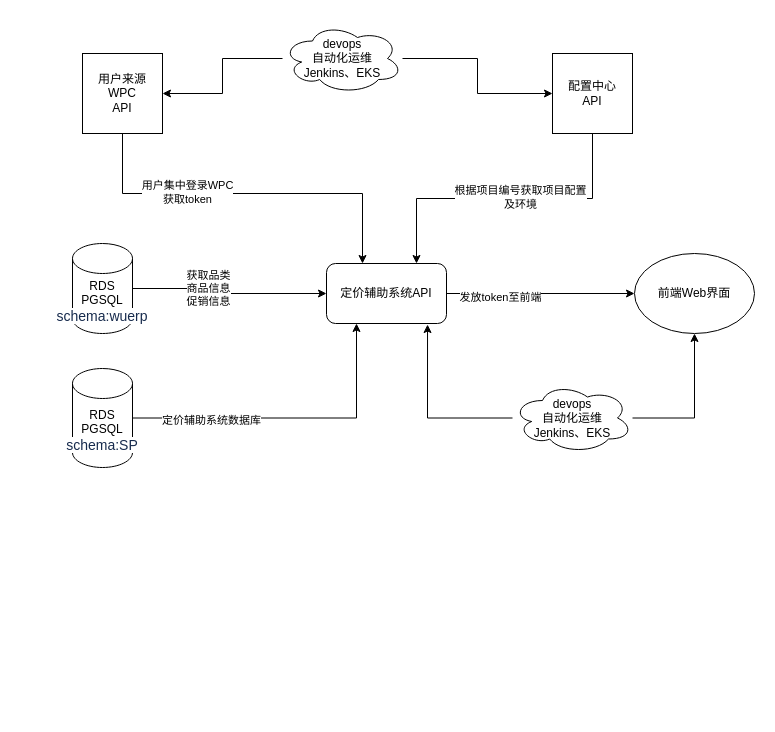
Above: 定价辅助系统.drawio in xiaoxin1991/Odoo-App-Auth-OAuth-Keycloak (draw.io), before the change. Source tidied: cells renumbered, new cells numbered last; positions are measured from the earlier drawing's top-left corner, leaving out a move shared by most shapes. Both pictures are drawn from the tidied source at 100%, with x=0, y=0 at pixel (72, 23).
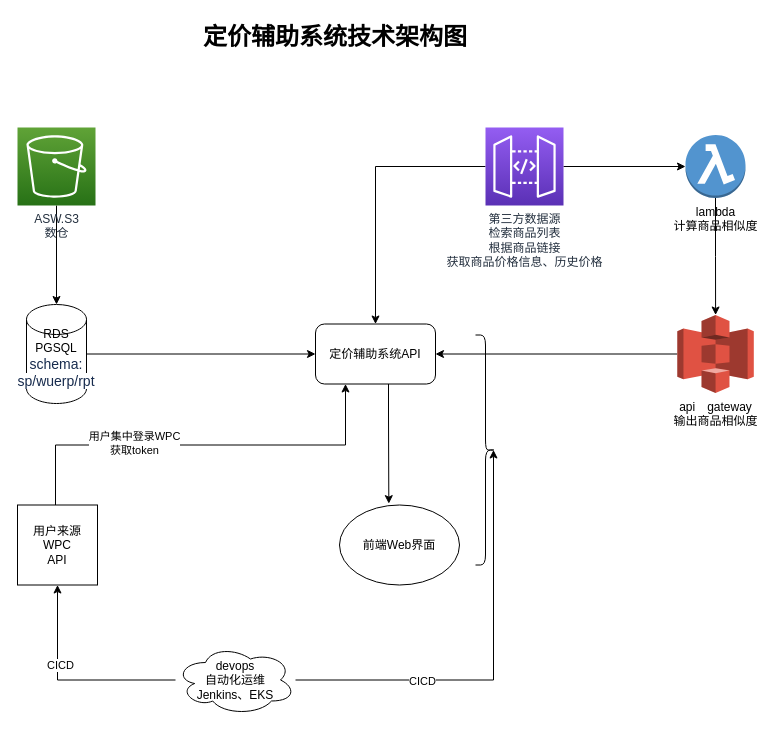
After the change.

Commit message:
更新定价辅助系统.drawio

Diff of the diagram source:
```diff
@@
     <mxCell id="2" style="edgeStyle=orthogonalEdgeStyle;rounded=0;jettySize=auto;html=1;" parent="1" edge="1" source="4" target="7">
       <mxGeometry relative="1" as="geometry">
         <Array as="points">
-          <mxPoint x="50" y="170" />
-          <mxPoint x="290" y="170" />
+          <mxPoint x="-17" y="421.5" />
+          <mxPoint x="273" y="421.5" />
         </Array>
       </mxGeometry>
     </mxCell>
@@
     <mxCell id="4" value="用户来源&lt;br&gt;WPC&lt;br&gt;API" style="whiteSpace=wrap;html=1;" parent="1" vertex="1">
-      <mxGeometry x="10" y="30" width="80" height="80" as="geometry" />
+      <mxGeometry x="-55" y="481.5" width="80" height="80" as="geometry" />
     </mxCell>
-    <mxCell id="5" style="edgeStyle=orthogonalEdgeStyle;rounded=0;jettySize=auto;html=1;" parent="1" edge="1" source="7" target="8">
+    <mxCell id="5" style="edgeStyle=orthogonalEdgeStyle;rounded=0;jettySize=auto;html=1;entryX=0.411;entryY=-0.017;entryDx=0;entryDy=0;entryPerimeter=0;" parent="1" edge="1" source="7" target="8">
       <mxGeometry relative="1" as="geometry">
         <Array as="points">
-          <mxPoint x="580" y="270" />
+          <mxPoint x="316" y="391.5" />
+          <mxPoint x="316" y="391.5" />
         </Array>
       </mxGeometry>
     </mxCell>
-    <mxCell id="6" value="发放token至前端" style="edgeLabel;html=1;align=center;verticalAlign=middle;" parent="5" vertex="1">
-      <mxGeometry x="-0.44" y="-3" relative="1" as="geometry" />
-    </mxCell>
     <mxCell id="7" value="定价辅助系统API" style="rounded=1;whiteSpace=wrap;html=1;" parent="1" vertex="1">
-      <mxGeometry x="254" y="240" width="120" height="60" as="geometry" />
+      <mxGeometry x="243" y="300.5" width="120" height="60" as="geometry" />
     </mxCell>
     <mxCell id="8" value="前端Web界面" style="ellipse;whiteSpace=wrap;html=1;" parent="1" vertex="1">
-      <mxGeometry x="562" y="230" width="120" height="80" as="geometry" />
+      <mxGeometry x="267" y="481.5" width="120" height="80" as="geometry" />
     </mxCell>
-    <mxCell id="9" style="edgeStyle=orthogonalEdgeStyle;rounded=0;jettySize=auto;html=1;entryX=0.25;entryY=1;entryDx=0;entryDy=0;" parent="1" edge="1" source="11" target="7">
+    <mxCell id="9" style="edgeStyle=orthogonalEdgeStyle;rounded=0;jettySize=auto;html=1;entryX=0;entryY=0.5;entryDx=0;entryDy=0;" parent="1" edge="1" source="11" target="7">
       <mxGeometry relative="1" as="geometry" />
     </mxCell>
-    <mxCell id="10" value="定价辅助系统数据库" style="edgeLabel;html=1;align=center;verticalAlign=middle;" parent="9" vertex="1">
-      <mxGeometry x="-0.51" y="-2" relative="1" as="geometry" />
-    </mxCell>
-    <mxCell id="11" value="RDS&lt;br&gt;PGSQL&lt;br&gt;&lt;span style=&quot;color: rgb(23 , 43 , 77) ; font-size: 14px ; text-align: left ; background-color: rgb(255 , 255 , 255)&quot;&gt;schema:SP&lt;/span&gt;" style="shape=cylinder3;whiteSpace=wrap;html=1;boundedLbl=1;backgroundOutline=1;size=15;" parent="1" vertex="1">
-      <mxGeometry y="345" width="60" height="99" as="geometry" />
+    <mxCell id="11" value="RDS&lt;br&gt;PGSQL&lt;br&gt;&lt;span style=&quot;color: rgb(23 , 43 , 77) ; font-size: 14px ; text-align: left ; background-color: rgb(255 , 255 , 255)&quot;&gt;schema:&lt;br&gt;sp/wuerp/rpt&lt;br&gt;&lt;br&gt;&lt;/span&gt;" style="shape=cylinder3;whiteSpace=wrap;html=1;boundedLbl=1;backgroundOutline=1;size=15;" parent="1" vertex="1">
+      <mxGeometry x="-46" y="281" width="60" height="99" as="geometry" />
     </mxCell>
-    <mxCell id="12" style="edgeStyle=orthogonalEdgeStyle;rounded=0;jettySize=auto;html=1;exitX=0.5;exitY=1;exitDx=0;exitDy=0;entryX=0.75;entryY=0;entryDx=0;entryDy=0;" parent="1" edge="1" source="14" target="7">
-      <mxGeometry relative="1" as="geometry" />
-    </mxCell>
-    <mxCell id="13" value="根据项目编号获取项目配置&lt;br&gt;及环境" style="edgeLabel;html=1;align=center;verticalAlign=middle;" parent="12" vertex="1">
-      <mxGeometry x="-0.1" y="-2" relative="1" as="geometry" />
-    </mxCell>
-    <mxCell id="14" value="配置中心&lt;br&gt;API" style="whiteSpace=wrap;html=1;" parent="1" vertex="1">
-      <mxGeometry x="480" y="30" width="80" height="80" as="geometry" />
-    </mxCell>
-    <mxCell id="15" style="edgeStyle=orthogonalEdgeStyle;rounded=0;jettySize=auto;html=1;entryX=0;entryY=0.5;entryDx=0;entryDy=0;" parent="1" edge="1" source="17" target="7">
-      <mxGeometry relative="1" as="geometry" />
-    </mxCell>
-    <mxCell id="16" value="获取品类&lt;br&gt;商品信息&lt;br&gt;促销信息" style="edgeLabel;html=1;align=center;verticalAlign=middle;" parent="15" vertex="1">
-      <mxGeometry x="-0.25" y="1" relative="1" as="geometry" />
-    </mxCell>
-    <mxCell id="17" value="RDS&lt;br&gt;PGSQL&lt;br&gt;&lt;span style=&quot;color: rgb(23 , 43 , 77) ; font-family: , &amp;#34;blinkmacsystemfont&amp;#34; , &amp;#34;segoe ui&amp;#34; , &amp;#34;roboto&amp;#34; , &amp;#34;oxygen&amp;#34; , &amp;#34;ubuntu&amp;#34; , &amp;#34;fira sans&amp;#34; , &amp;#34;droid sans&amp;#34; , &amp;#34;helvetica neue&amp;#34; , sans-serif ; font-size: 14px ; text-align: left ; background-color: rgb(255 , 255 , 255)&quot;&gt;schema:wuerp&lt;/span&gt;" style="shape=cylinder3;whiteSpace=wrap;html=1;boundedLbl=1;backgroundOutline=1;size=15;" parent="1" vertex="1">
-      <mxGeometry y="220" width="60" height="90" as="geometry" />
-    </mxCell>
-    <mxCell id="18" style="edgeStyle=orthogonalEdgeStyle;rounded=0;jettySize=auto;html=1;entryX=0.842;entryY=1.017;entryDx=0;entryDy=0;entryPerimeter=0;" parent="1" edge="1" source="20" target="7">
-      <mxGeometry relative="1" as="geometry" />
-    </mxCell>
-    <mxCell id="19" style="edgeStyle=orthogonalEdgeStyle;rounded=0;jettySize=auto;html=1;entryX=0.5;entryY=1;entryDx=0;entryDy=0;" parent="1" edge="1" source="20" target="8">
-      <mxGeometry relative="1" as="geometry" />
-    </mxCell>
-    <mxCell id="20" value="devops&lt;br&gt;自动化运维&lt;br&gt;Jenkins、EKS" style="ellipse;shape=cloud;whiteSpace=wrap;html=1;" parent="1" vertex="1">
-      <mxGeometry x="440" y="359.5" width="120" height="70" as="geometry" />
-    </mxCell>
-    <mxCell id="21" style="edgeStyle=orthogonalEdgeStyle;rounded=0;jettySize=auto;html=1;entryX=1;entryY=0.5;entryDx=0;entryDy=0;" parent="1" edge="1" source="23" target="4">
+    <mxCell id="21" style="edgeStyle=orthogonalEdgeStyle;rounded=0;jettySize=auto;html=1;entryX=0.5;entryY=1;entryDx=0;entryDy=0;" parent="1" edge="1" source="23" target="4">
       <mxGeometry relative="1" as="geometry" />
     </mxCell>
-    <mxCell id="22" style="edgeStyle=orthogonalEdgeStyle;rounded=0;jettySize=auto;html=1;entryX=0;entryY=0.5;entryDx=0;entryDy=0;" parent="1" edge="1" source="23" target="14">
-      <mxGeometry relative="1" as="geometry" />
-    </mxCell>
+    <mxCell id="24" value="CICD" style="edgeLabel;html=1;align=center;verticalAlign=middle;" parent="21" vertex="1">
+      <mxGeometry x="0.25" y="-2" relative="1" as="geometry" />
+    </mxCell>
+    <mxCell id="25" style="edgeStyle=orthogonalEdgeStyle;rounded=0;jettySize=auto;html=1;entryX=0.1;entryY=0.5;entryDx=0;entryDy=0;entryPerimeter=0;" parent="1" edge="1" source="23" target="36">
+      <mxGeometry relative="1" as="geometry" />
+    </mxCell>
+    <mxCell id="26" value="CICD" style="edgeLabel;html=1;align=center;verticalAlign=middle;" parent="25" vertex="1">
+      <mxGeometry x="-0.41" y="-1" relative="1" as="geometry" />
+    </mxCell>
     <mxCell id="23" value="devops&lt;br&gt;自动化运维&lt;br&gt;Jenkins、EKS" style="ellipse;shape=cloud;whiteSpace=wrap;html=1;" parent="1" vertex="1">
-      <mxGeometry x="210" width="120" height="70" as="geometry" />
+      <mxGeometry x="103" y="621.5" width="120" height="70" as="geometry" />
     </mxCell>
+    <mxCell id="27" style="edgeStyle=orthogonalEdgeStyle;rounded=0;jettySize=auto;html=1;entryX=0.5;entryY=0;entryDx=0;entryDy=0;entryPerimeter=0;" parent="1" edge="1" source="28" target="11">
+      <mxGeometry relative="1" as="geometry" />
+    </mxCell>
+    <mxCell id="28" value="ASW.S3&lt;br&gt;数仓" style="points=[[0,0,0],[0.25,0,0],[0.5,0,0],[0.75,0,0],[1,0,0],[0,1,0],[0.25,1,0],[0.5,1,0],[0.75,1,0],[1,1,0],[0,0.25,0],[0,0.5,0],[0,0.75,0],[1,0.25,0],[1,0.5,0],[1,0.75,0]];outlineConnect=0;fontColor=#232F3E;gradientColor=#60A337;gradientDirection=north;fillColor=#277116;strokeColor=#ffffff;dashed=0;verticalLabelPosition=bottom;verticalAlign=top;align=center;html=1;fontSize=12;fontStyle=0;shape=mxgraph.aws4.resourceIcon;resIcon=mxgraph.aws4.s3;" parent="1" vertex="1">
+      <mxGeometry x="-55" y="104" width="78" height="78" as="geometry" />
+    </mxCell>
+    <mxCell id="29" style="edgeStyle=orthogonalEdgeStyle;rounded=0;jettySize=auto;html=1;entryX=1;entryY=0.5;entryDx=0;entryDy=0;" parent="1" edge="1" source="30" target="7">
+      <mxGeometry relative="1" as="geometry" />
+    </mxCell>
+    <mxCell id="30" value="api　gateway&lt;br&gt;输出商品相似度" style="outlineConnect=0;dashed=0;verticalLabelPosition=bottom;verticalAlign=top;align=center;html=1;shape=mxgraph.aws3.s3;fillColor=#E05243;gradientColor=none;" parent="1" vertex="1">
+      <mxGeometry x="604.8" y="291.5" width="76.5" height="78" as="geometry" />
+    </mxCell>
+    <mxCell id="31" style="edgeStyle=orthogonalEdgeStyle;rounded=0;jettySize=auto;html=1;" parent="1" edge="1" source="32" target="30">
+      <mxGeometry relative="1" as="geometry" />
+    </mxCell>
+    <mxCell id="32" value="lambda&lt;br&gt;计算商品相似度&lt;br&gt;" style="outlineConnect=0;dashed=0;verticalLabelPosition=bottom;verticalAlign=top;align=center;html=1;shape=mxgraph.aws3.lambda_function;fillColor=#5294CF;gradientColor=none;" parent="1" vertex="1">
+      <mxGeometry x="613" y="111.5" width="60" height="63" as="geometry" />
+    </mxCell>
+    <mxCell id="33" style="edgeStyle=orthogonalEdgeStyle;rounded=0;jettySize=auto;html=1;" parent="1" edge="1" source="35" target="32">
+      <mxGeometry relative="1" as="geometry" />
+    </mxCell>
+    <mxCell id="34" style="edgeStyle=orthogonalEdgeStyle;rounded=0;jettySize=auto;html=1;entryX=0.5;entryY=0;entryDx=0;entryDy=0;" parent="1" edge="1" source="35" target="7">
+      <mxGeometry relative="1" as="geometry" />
+    </mxCell>
+    <mxCell id="35" value="第三方数据源&lt;br&gt;检索商品列表&lt;br&gt;根据商品链接&lt;br&gt;获取商品价格信息、历史价格" style="points=[[0,0,0],[0.25,0,0],[0.5,0,0],[0.75,0,0],[1,0,0],[0,1,0],[0.25,1,0],[0.5,1,0],[0.75,1,0],[1,1,0],[0,0.25,0],[0,0.5,0],[0,0.75,0],[1,0.25,0],[1,0.5,0],[1,0.75,0]];outlineConnect=0;fontColor=#232F3E;gradientColor=#945DF2;gradientDirection=north;fillColor=#5A30B5;strokeColor=#ffffff;dashed=0;verticalLabelPosition=bottom;verticalAlign=top;align=center;html=1;fontSize=12;fontStyle=0;shape=mxgraph.aws4.resourceIcon;resIcon=mxgraph.aws4.api_gateway;" parent="1" vertex="1">
+      <mxGeometry x="413" y="104" width="78" height="78" as="geometry" />
+    </mxCell>
+    <mxCell id="36" style="shape=curlyBracket;whiteSpace=wrap;html=1;rounded=1;rotation=-180;" parent="1" vertex="1">
+      <mxGeometry x="403" y="311.5" width="20" height="230" as="geometry" />
+    </mxCell>
+    <mxCell id="37" value="&lt;font style=&quot;font-size: 24px&quot;&gt;&lt;b&gt;定价辅助系统技术架构图&lt;/b&gt;&lt;/font&gt;" style="text;html=1;strokeColor=none;fillColor=none;align=center;verticalAlign=middle;whiteSpace=wrap;rounded=0;" parent="1" vertex="1">
+      <mxGeometry x="113" y="-6" width="300" height="40" as="geometry" />
+    </mxCell>
```
